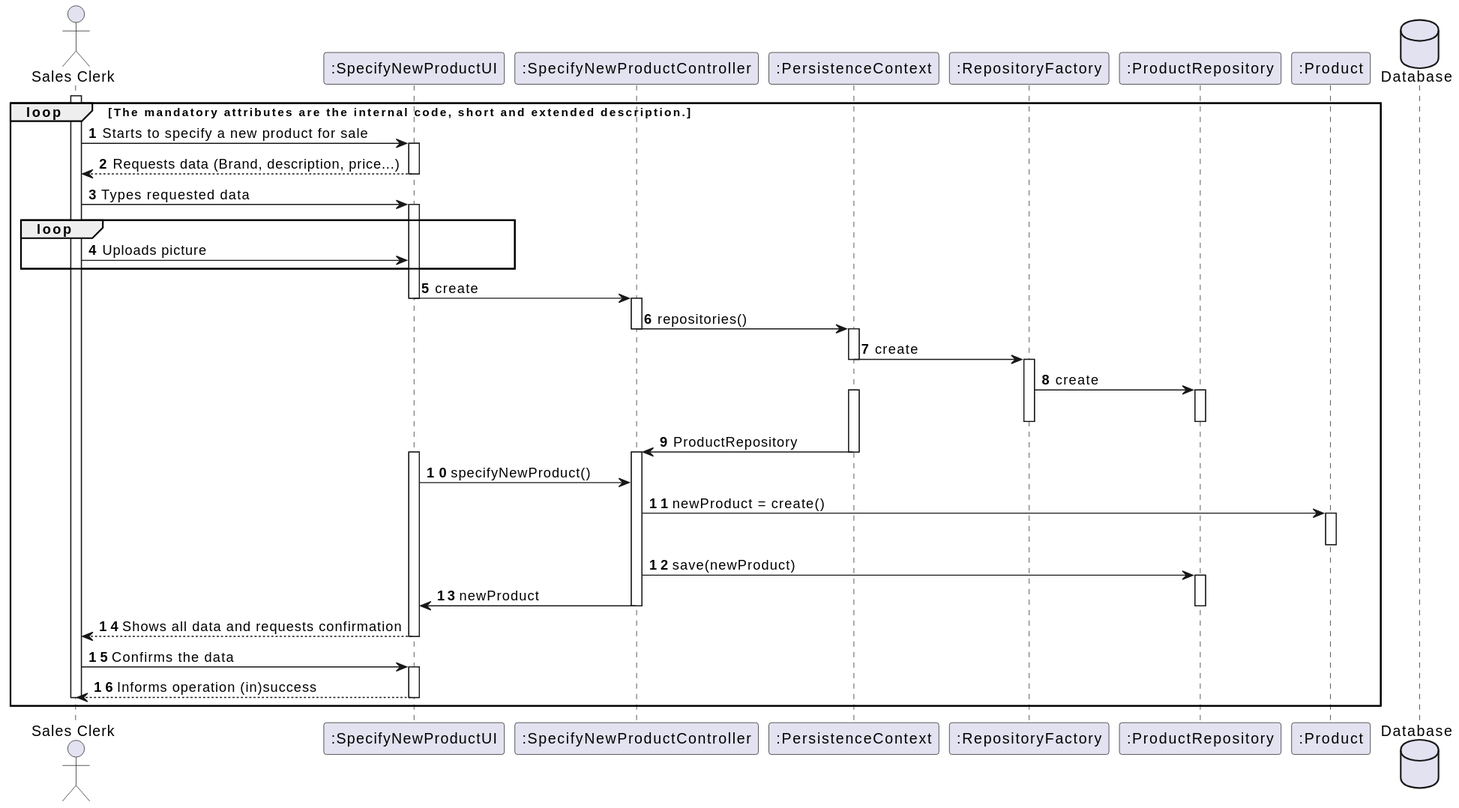
Before: docs/Sprint2/US1001/US1001_SD.svg, a diagram exported from PlantUML (marttuga/LAPR4-SmartSystems).
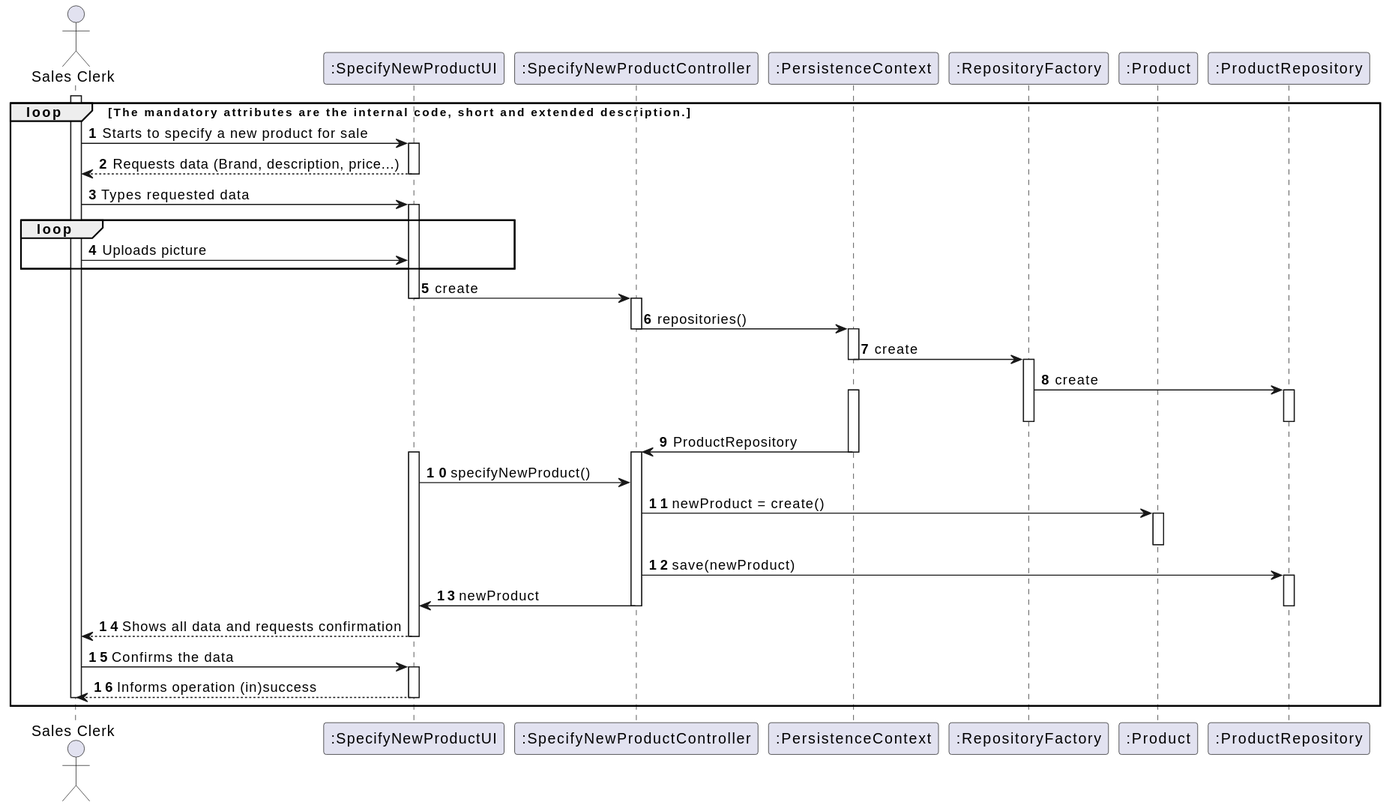
After the commit.

Diff of the diagram source:
```diff
@@ -5,8 +5,8 @@
 participant ":SpecifyNewProductController" as CTRL
 participant ":PersistenceContext" as PC
 participant ":RepositoryFactory" as RF
+participant ":Product" as Prod
 participant ":ProductRepository" as ProdRep
-participant ":Product" as Prod
 
 loop The mandatory attributes are the internal code, short and extended description.
 activate SC
@@ -77,5 +77,4 @@
 
 deactivate SC
 end loop
-database "Database" as DB
 @enduml
```
